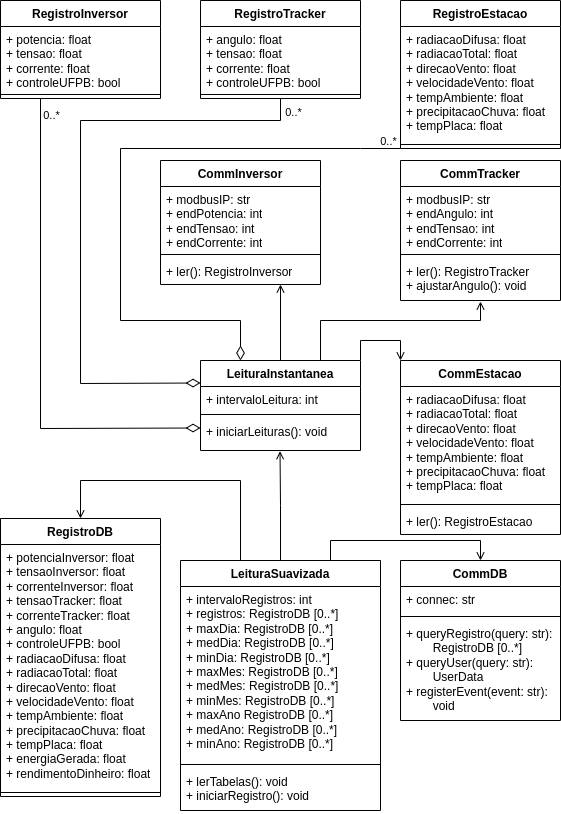
This is diagrama de classes.drawio.png from jaedson-barbosa/supervisorio-solar-ufpb-docs, a draw.io export, as it was before one commit. Source tidied: cells renumbered, new cells last; positions are measured from the earlier drawing's top-left corner, leaving out a move shared by most shapes.
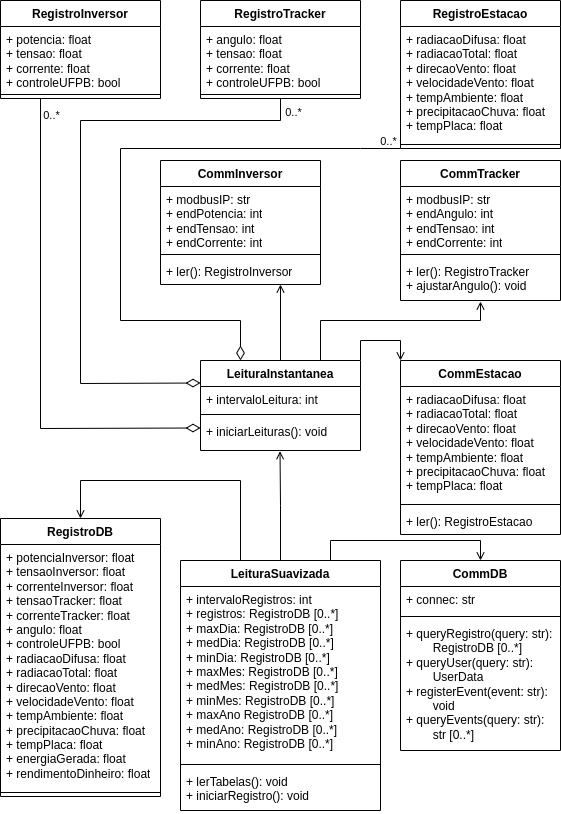
Above is the later version.

Change to the diagram source:
```diff
@@ -133,7 +133,7 @@
       <mxGeometry y="208" width="200" height="42" as="geometry" />
     </mxCell>
     <mxCell id="36" value="CommDB" style="swimlane;fontStyle=1;align=center;verticalAlign=top;horizontal=1;startSize=26;whiteSpace=wrap;html=1;" parent="1" vertex="1">
-      <mxGeometry x="400" y="560" width="160" height="160" as="geometry" />
+      <mxGeometry x="400" y="560" width="160" height="190" as="geometry" />
     </mxCell>
     <mxCell id="37" value="+ connec: str" style="text;strokeColor=none;fillColor=none;align=left;verticalAlign=top;spacingLeft=4;spacingRight=4;overflow=hidden;whiteSpace=wrap;html=1;" parent="36" vertex="1">
       <mxGeometry y="26" width="160" height="26" as="geometry" />
@@ -141,8 +141,8 @@
     <mxCell id="38" style="line;strokeWidth=1;fillColor=none;align=left;verticalAlign=middle;spacingTop=-1;spacingLeft=3;spacingRight=3;labelPosition=right;strokeColor=inherit;" parent="36" vertex="1">
       <mxGeometry y="52" width="160" height="8" as="geometry" />
     </mxCell>
-    <mxCell id="39" value="+ queryRegistro(query: str): &lt;span style=&quot;white-space: pre;&quot;&gt;&#9;&lt;/span&gt;RegistroDB [0..*]&lt;br&gt;+ queryUser(query: str): &lt;span style=&quot;white-space: pre;&quot;&gt;&#9;&lt;/span&gt;UserData&lt;br&gt;+ registerEvent(event: str): &lt;span style=&quot;white-space: pre;&quot;&gt;&#9;&lt;/span&gt;void" style="text;strokeColor=none;fillColor=none;align=left;verticalAlign=top;spacingLeft=4;spacingRight=4;overflow=hidden;whiteSpace=wrap;html=1;" parent="36" vertex="1">
-      <mxGeometry y="60" width="160" height="100" as="geometry" />
+    <mxCell id="39" value="+ queryRegistro(query: str): &lt;span style=&quot;white-space: pre;&quot;&gt;&#9;&lt;/span&gt;RegistroDB [0..*]&lt;br&gt;+ queryUser(query: str): &lt;span style=&quot;white-space: pre;&quot;&gt;&#9;&lt;/span&gt;UserData&lt;br&gt;+ registerEvent(event: str): &lt;span style=&quot;white-space: pre;&quot;&gt;&#9;&lt;/span&gt;void&lt;br&gt;+ queryEvents(query: str): &lt;span style=&quot;white-space: pre;&quot;&gt;&#9;&lt;/span&gt;str [0..*]" style="text;strokeColor=none;fillColor=none;align=left;verticalAlign=top;spacingLeft=4;spacingRight=4;overflow=hidden;whiteSpace=wrap;html=1;" parent="36" vertex="1">
+      <mxGeometry y="60" width="160" height="130" as="geometry" />
     </mxCell>
     <mxCell id="40" style="edgeStyle=orthogonalEdgeStyle;rounded=0;jettySize=auto;html=1;exitX=0.5;exitY=0;exitDx=0;exitDy=0;entryX=0.75;entryY=1;entryDx=0;entryDy=0;endArrow=open;endFill=0;" parent="1" edge="1" source="43" target="17">
       <mxGeometry relative="1" as="geometry" />
```
